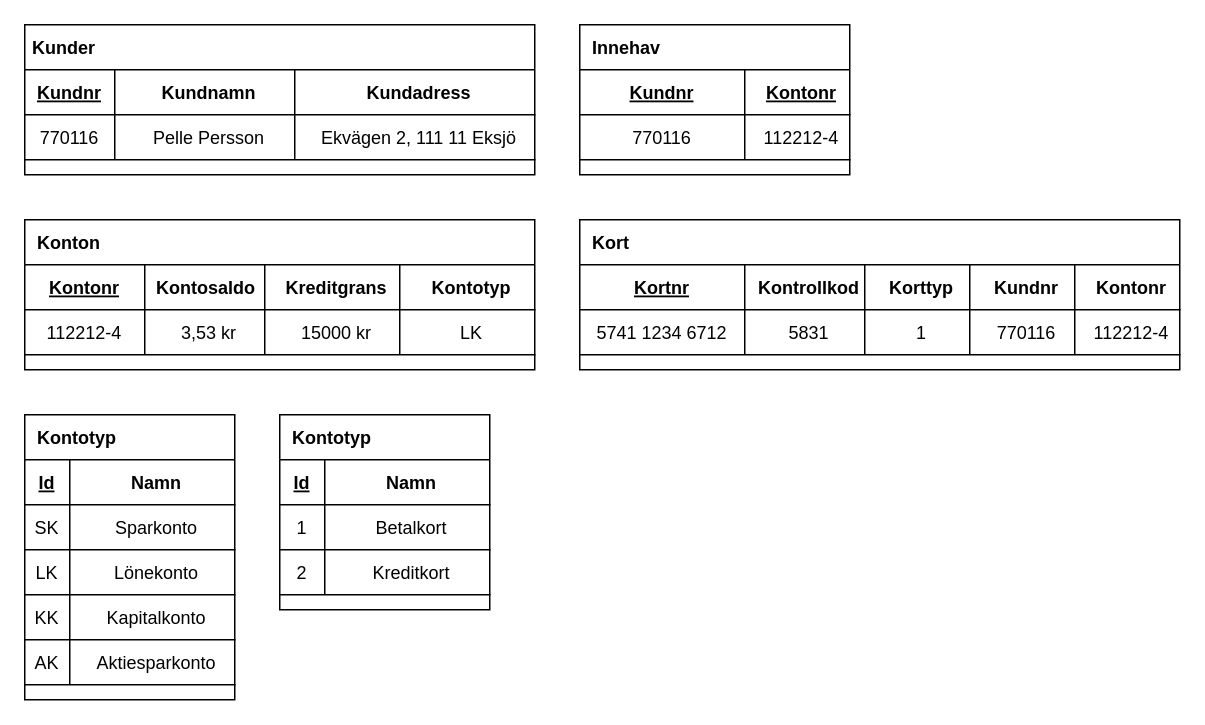
Before: page "Tabellschema" (3 of 3) of Bankverksamhet.drawio in Ingelisun/ERmodels, a draw.io diagram. Source tidied: cells renumbered, new cells numbered last; positions are measured from the earlier drawing's top-left corner, leaving out a move shared by most shapes. Both pictures are drawn from the tidied source at 150%, with x=0, y=0 at pixel (24, 24).
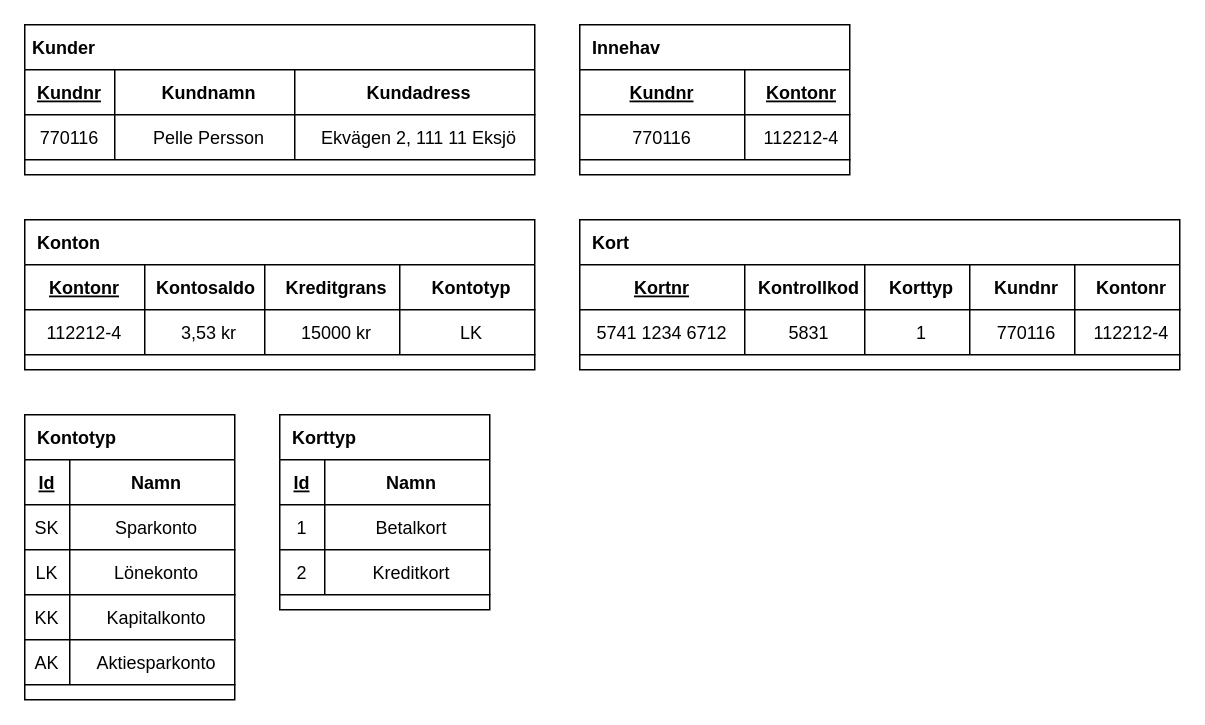
The same diagram, later.

Diff of the diagram source:
```diff
@@
-    <mxCell id="58" value="  Kontotyp" style="shape=table;startSize=30;childLayout=tableLayout;rowLines=0;fontStyle=1;align=left;" parent="1" vertex="1">
+    <mxCell id="58" value="  Korttyp" style="shape=table;startSize=30;childLayout=tableLayout;rowLines=0;fontStyle=1;align=left;" parent="1" vertex="1">
       <mxGeometry x="170" y="260" width="140" height="130" as="geometry" />
     </mxCell>
```
